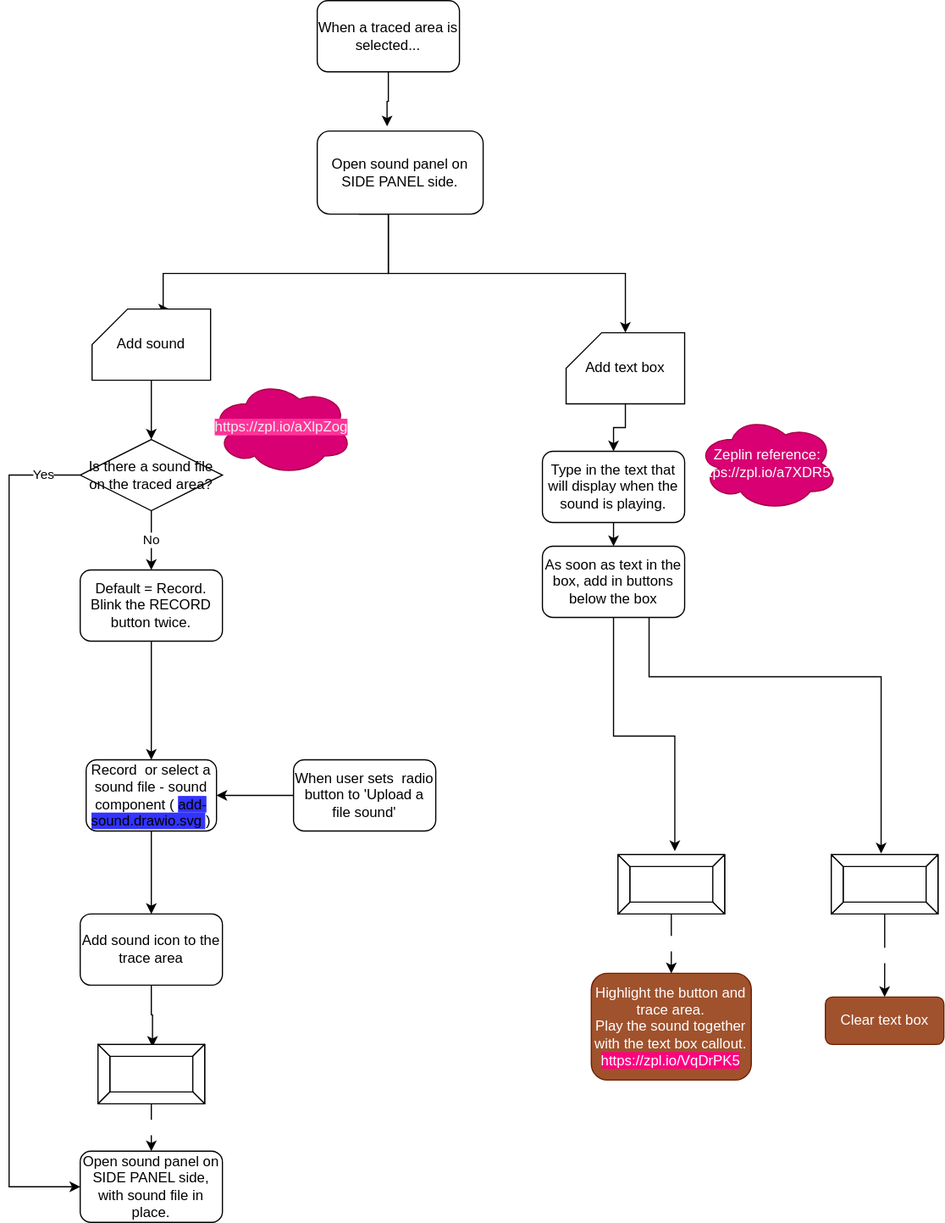
Above: modules/components/trace-sound.drawio.svg in ji-devs/ji-cloud-flowcharts (draw.io), before the change. Source tidied: cells renumbered, new cells last; positions are measured from the earlier drawing's top-left corner, leaving out a move shared by most shapes.
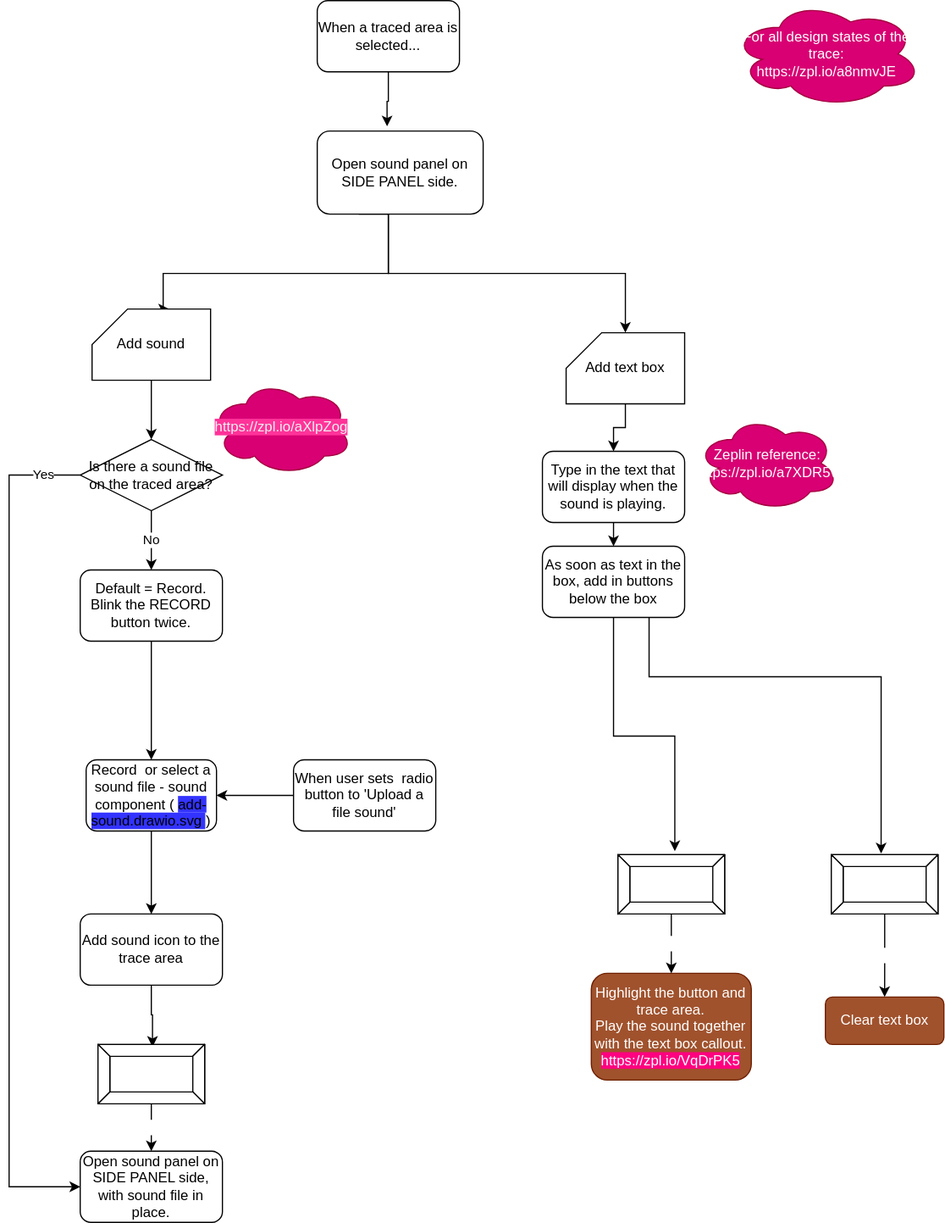
Above is the later version.

Diff of the diagram source:
```diff
@@ -150,5 +150,8 @@
     <mxCell id="38" value="&#10;&#10;&lt;span style=&quot;color: rgb(240, 240, 240); font-family: helvetica; font-size: 12px; font-style: normal; font-weight: 400; letter-spacing: normal; text-align: center; text-indent: 0px; text-transform: none; word-spacing: 0px; background-color: rgb(255, 51, 153); display: inline; float: none;&quot;&gt;https://zpl.io/aXlpZog&lt;/span&gt;&#10;&#10;" style="ellipse;shape=cloud;whiteSpace=wrap;html=1;fillColor=#d80073;strokeColor=#A50040;fontColor=#ffffff;" parent="1" vertex="1">
       <mxGeometry x="170" y="320" width="120" height="80" as="geometry" />
     </mxCell>
+    <mxCell id="39" value="For all design states of the trace:&lt;br&gt;https://zpl.io/a8nmvJE" style="ellipse;shape=cloud;whiteSpace=wrap;html=1;fillColor=#d80073;strokeColor=#A50040;fontColor=#ffffff;" parent="1" vertex="1">
+      <mxGeometry x="610" width="160" height="90" as="geometry" />
+    </mxCell>
   </root>
 </mxGraphModel>
```
